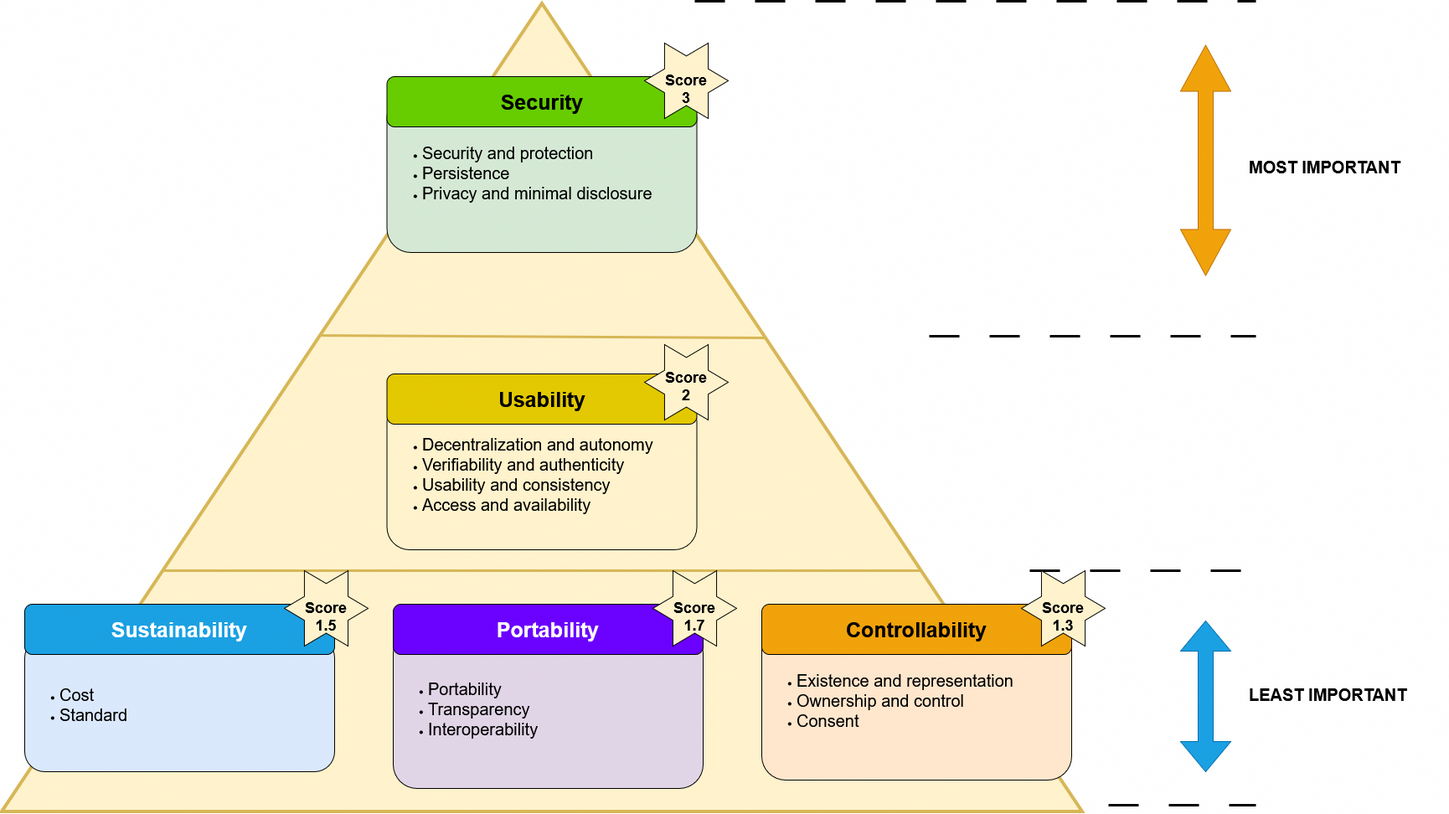
Before: definition/images/survey/ImportantGroups.png, a diagram exported from draw.io (cristianlepore/Self-Sovereign-Identity). Source tidied: cells renumbered, new cells last; positions are measured from the earlier drawing's top-left corner, leaving out a move shared by most shapes.
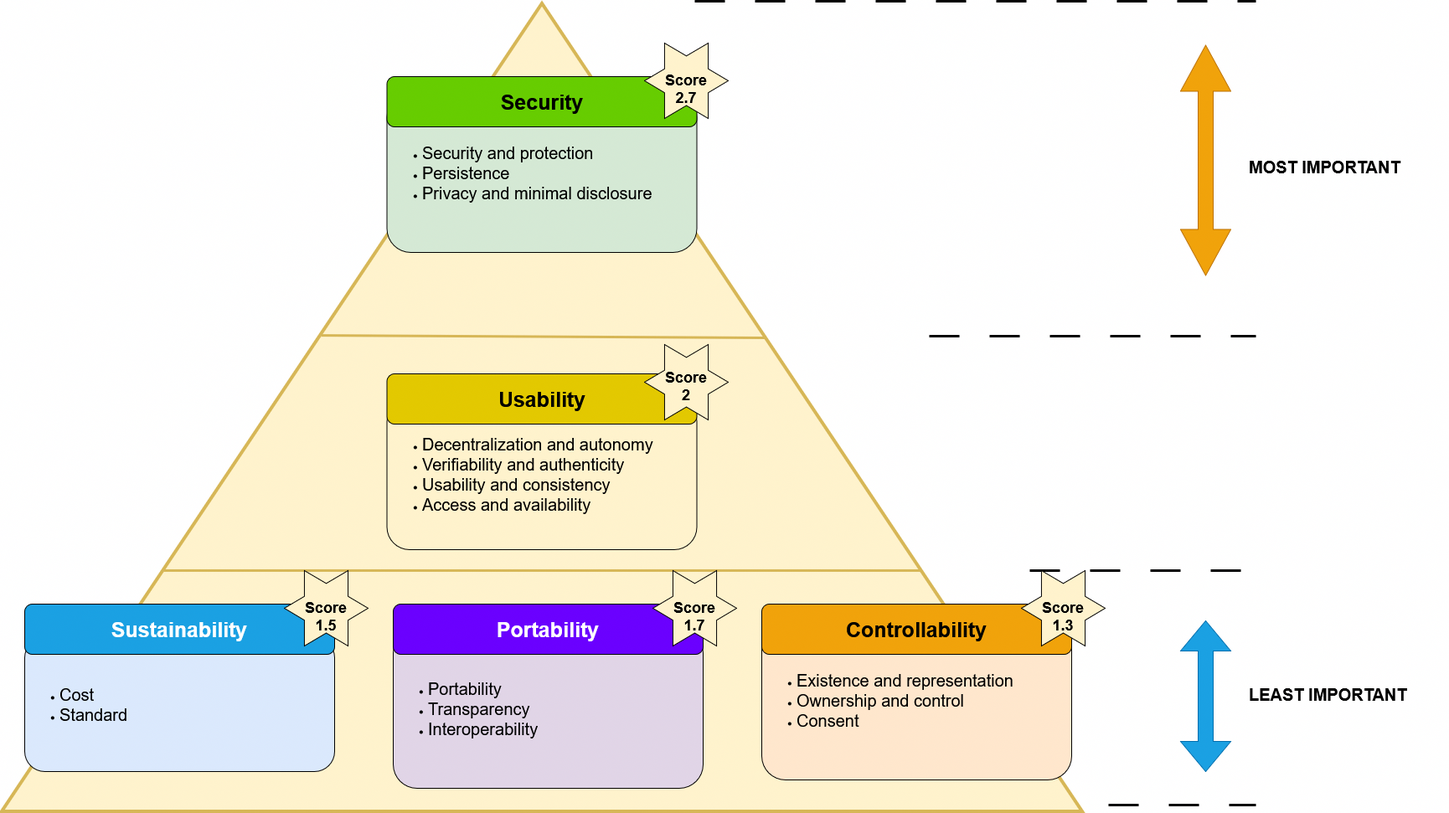
The same file after the commit.

Diff of the diagram source:
```diff
@@ -38,7 +38,7 @@
     <mxCell id="12" value="&lt;div&gt;&lt;b&gt;&lt;font style=&quot;font-size: 25px;&quot;&gt;Usability&lt;/font&gt;&lt;/b&gt;&lt;br&gt;&lt;/div&gt;" style="rounded=1;whiteSpace=wrap;html=1;fillColor=#e3c800;fontColor=#000000;strokeColor=#000000;" parent="1" vertex="1">
       <mxGeometry x="432.5" y="605" width="370" height="60" as="geometry" />
     </mxCell>
-    <mxCell id="13" value="&lt;span style=&quot;color: rgb(0, 0, 0);&quot;&gt;&lt;b&gt;&lt;font style=&quot;font-size: 25px;&quot;&gt;Security&lt;font&gt;&lt;br&gt;&lt;/font&gt;&lt;/font&gt;&lt;/b&gt;&lt;/span&gt;" style="rounded=1;whiteSpace=wrap;html=1;fillColor=#66CC00;strokeColor=#000000;fontColor=#ffffff;" parent="1" vertex="1">
+    <mxCell id="13" value="&lt;span style=&quot;color: rgb(0, 0, 0); --darkreader-inline-color: var(--darkreader-text-ededed, #f9f5f0);&quot;&gt;&lt;b&gt;&lt;font style=&quot;font-size: 25px;&quot;&gt;Security&lt;font&gt;&lt;br&gt;&lt;/font&gt;&lt;/font&gt;&lt;/b&gt;&lt;/span&gt;" style="rounded=1;whiteSpace=wrap;html=1;fillColor=#66CC00;strokeColor=#000000;fontColor=#ffffff;" parent="1" vertex="1">
       <mxGeometry x="432.5" y="250" width="370" height="60" as="geometry" />
     </mxCell>
     <mxCell id="14" value="&lt;div align=&quot;left&quot;&gt;&lt;ul&gt;&lt;li&gt;&lt;font style=&quot;font-size: 20px;&quot;&gt;Cost&lt;/font&gt;&lt;/li&gt;&lt;li&gt;&lt;div&gt;&lt;font style=&quot;font-size: 20px;&quot;&gt;Standard&lt;/font&gt;&lt;/div&gt;&lt;/li&gt;&lt;/ul&gt;&lt;/div&gt;" style="rounded=1;whiteSpace=wrap;html=1;fillColor=#dae8fc;strokeColor=#000000;align=left;" parent="1" vertex="1">
@@ -80,7 +80,7 @@
     <mxCell id="23" style="verticalLabelPosition=bottom;verticalAlign=top;html=1;shape=mxgraph.basic.6_point_star;fillColor=#fff2cc;strokeColor=#000000;" parent="1" vertex="1">
       <mxGeometry x="740" y="210" width="100" height="90" as="geometry" />
     </mxCell>
-    <mxCell id="24" value="&lt;font style=&quot;font-size: 18px;&quot;&gt;&lt;b&gt;&lt;font&gt;Score 3&lt;/font&gt;&lt;/b&gt;&lt;/font&gt;" style="text;html=1;align=center;verticalAlign=middle;whiteSpace=wrap;rounded=0;" parent="1" vertex="1">
+    <mxCell id="24" value="&lt;font style=&quot;font-size: 18px;&quot;&gt;&lt;b&gt;&lt;font&gt;Score 2.7&lt;/font&gt;&lt;/b&gt;&lt;/font&gt;" style="text;html=1;align=center;verticalAlign=middle;whiteSpace=wrap;rounded=0;" parent="1" vertex="1">
       <mxGeometry x="760" y="250" width="60" height="30" as="geometry" />
     </mxCell>
     <mxCell id="25" style="verticalLabelPosition=bottom;verticalAlign=top;html=1;shape=mxgraph.basic.6_point_star;fillColor=#fff2cc;strokeColor=#000000;" parent="1" vertex="1">
```
